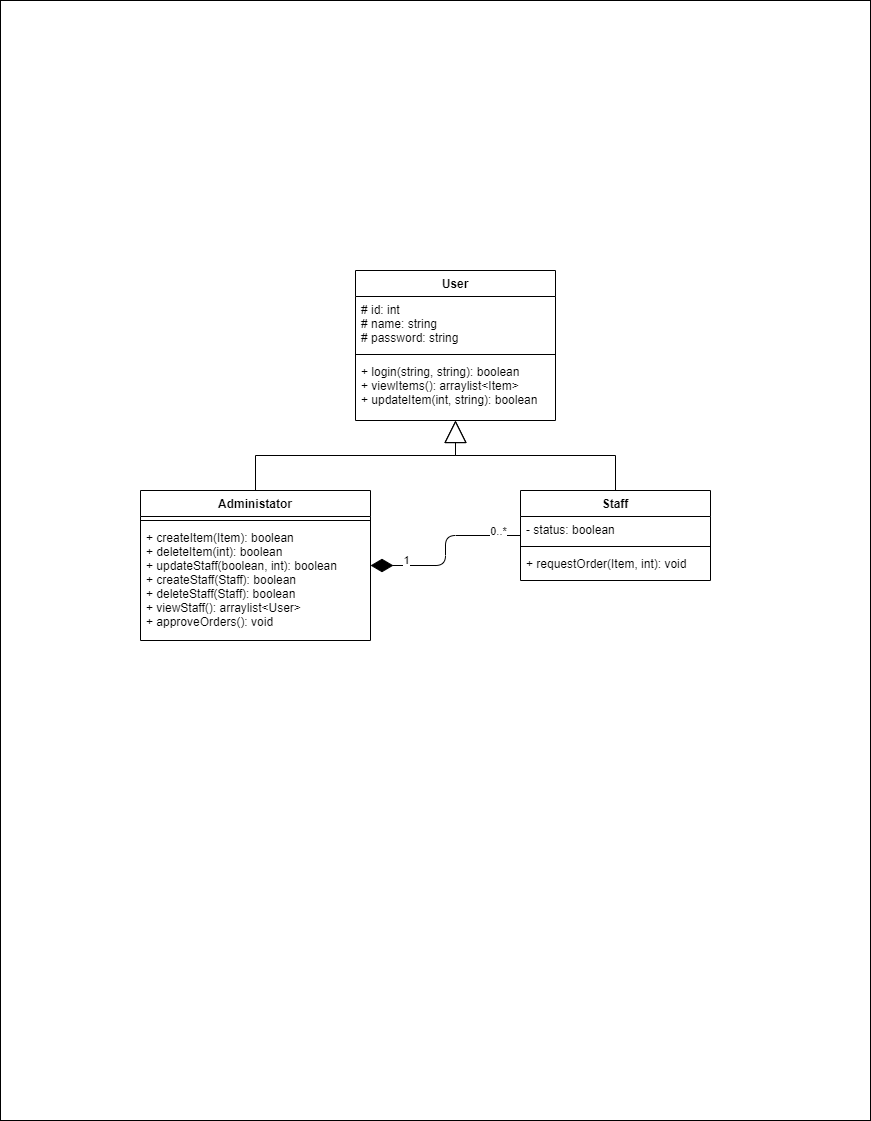
Jemikemi/Inventory-Sys-SENG-302 keeps this draw.io diagram as Diagrams/class-user.drawio.png. Above is the earlier version. Source tidied: cells renumbered, new cells last; positions are measured from the earlier drawing's top-left corner, leaving out a move shared by most shapes.
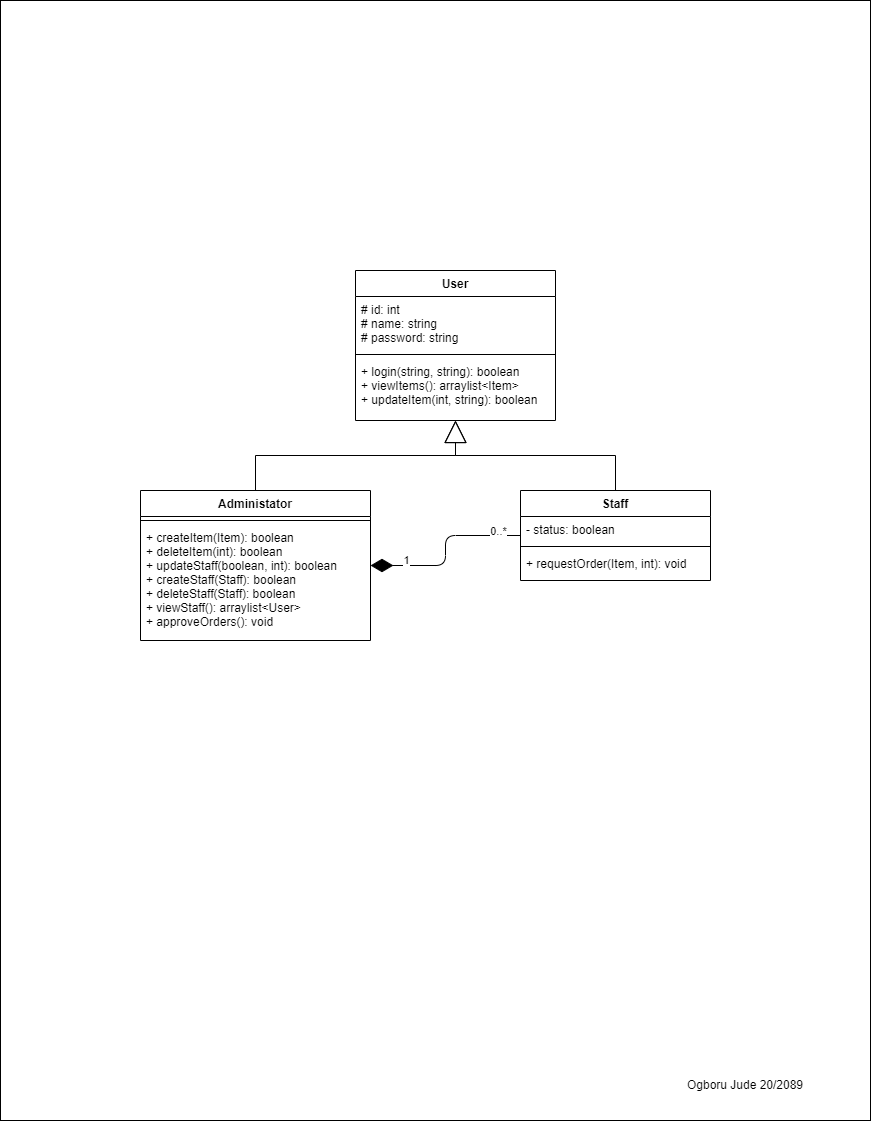
After the change.

The edit, as a diff of the source:
```diff
@@ -57,5 +57,8 @@
     <mxCell id="18" value="+ requestOrder(Item, int): void" style="text;strokeColor=none;fillColor=none;align=left;verticalAlign=top;spacingLeft=4;spacingRight=4;overflow=hidden;" parent="15" vertex="1">
       <mxGeometry y="60" width="190" height="30" as="geometry" />
     </mxCell>
+    <mxCell id="19" value="Ogboru Jude 20/2089" style="text;html=1;strokeColor=none;fillColor=none;align=center;verticalAlign=middle;whiteSpace=wrap;rounded=0;" parent="1" vertex="1">
+      <mxGeometry x="640" y="1070" width="210" height="30" as="geometry" />
+    </mxCell>
   </root>
 </mxGraphModel>
```
